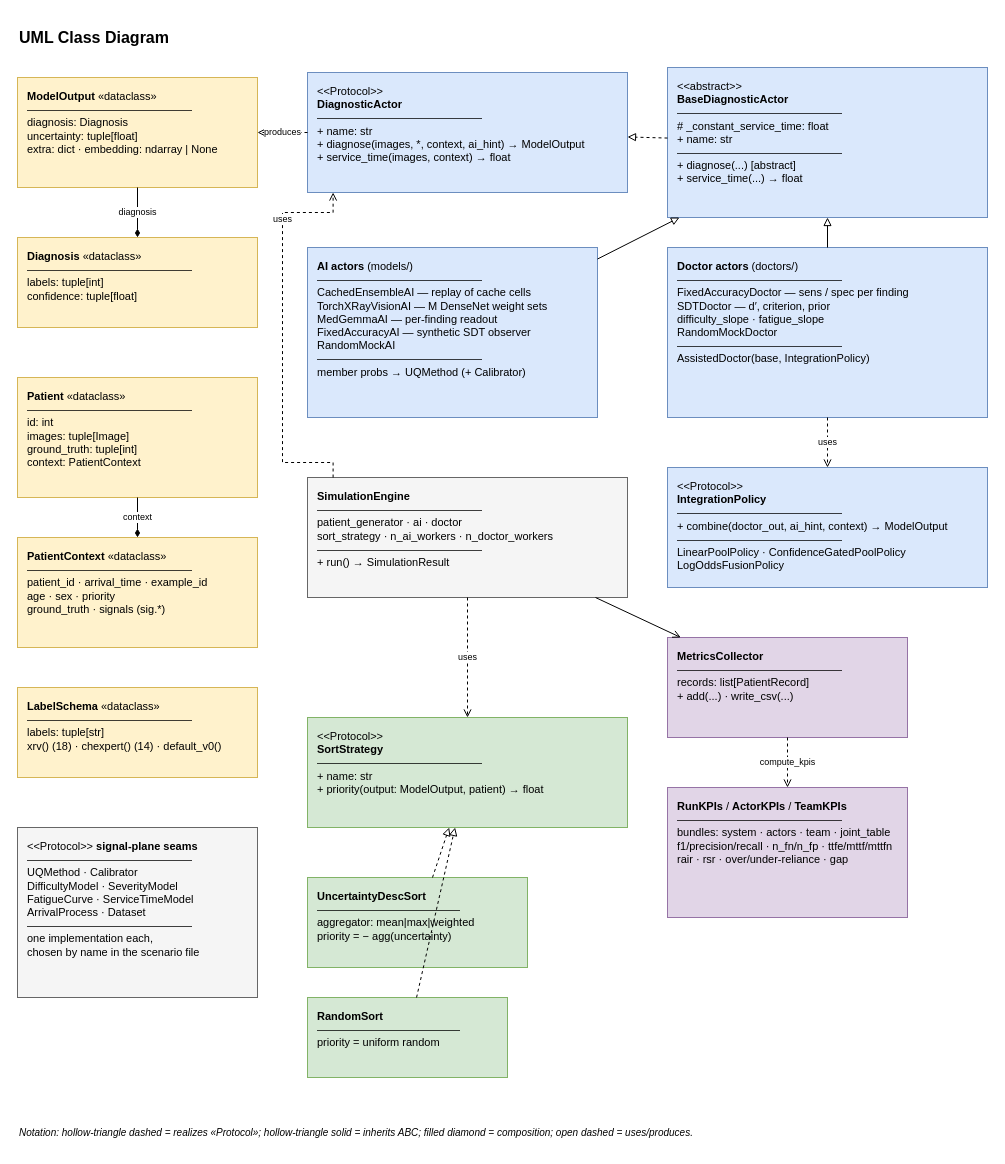
Earlier version of the draw.io diagram page "UML Class Diagram" (3 of 3) of docs/uml_diagram.drawio (DaniGreco/hai-sim). Source tidied: cells renumbered, new cells numbered last; positions are measured from the earlier drawing's top-left corner, leaving out a move shared by most shapes. Both pictures are drawn from the tidied source at 100%, with x=0, y=0 at pixel (17, 17).
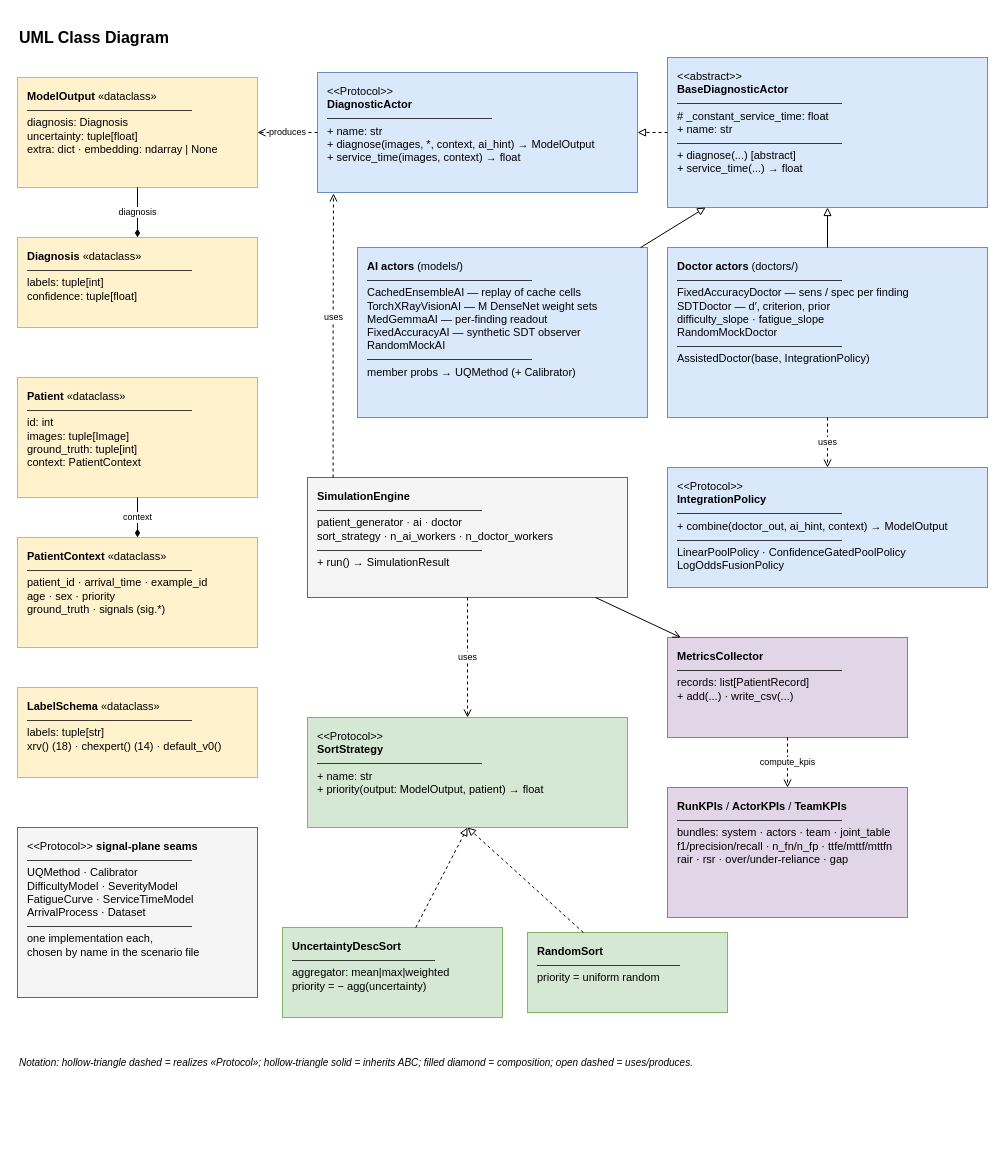
The same diagram, later.

Unchanged cells that the change refers to:
```xml
<mxCell id="4" value="&amp;lt;&amp;lt;Protocol&amp;gt;&amp;gt;&lt;br&gt;&lt;b&gt;SortStrategy&lt;/b&gt;&lt;br&gt;———————————————&lt;br&gt;+ name: str&lt;br&gt;+ priority(output: ModelOutput, patient) → float" style="rounded=0;whiteSpace=wrap;html=1;fillColor=#d5e8d4;strokeColor=#82b366;align=left;verticalAlign=top;spacingLeft=8;spacingTop=6;fontSize=11;" parent="1" vertex="1">
  <mxGeometry x="290" y="700" width="320" height="110" as="geometry" />
</mxCell>
<mxCell id="15" value="&lt;b&gt;SimulationEngine&lt;/b&gt;&#10;———————————————&#10;patient_generator · ai · doctor&#10;sort_strategy · n_ai_workers · n_doctor_workers&#10;———————————————&#10;+ run() → SimulationResult" style="rounded=0;whiteSpace=wrap;html=1;fillColor=#f5f5f5;strokeColor=#666666;align=left;verticalAlign=top;spacingLeft=8;spacingTop=6;fontSize=11;" parent="1" vertex="1">
  <mxGeometry x="290" y="460" width="320" height="120" as="geometry" />
</mxCell>
```

Diff of the diagram source:
```diff
@@
     <mxCell id="3" value="&amp;lt;&amp;lt;Protocol&amp;gt;&amp;gt;&lt;br&gt;&lt;b&gt;DiagnosticActor&lt;/b&gt;&lt;br&gt;———————————————&lt;br&gt;+ name: str&lt;br&gt;+ diagnose(images, *, context, ai_hint) → ModelOutput&lt;br&gt;+ service_time(images, context) → float" style="rounded=0;whiteSpace=wrap;html=1;fillColor=#dae8fc;strokeColor=#6c8ebf;align=left;verticalAlign=top;spacingLeft=8;spacingTop=6;fontSize=11;" parent="1" vertex="1">
-      <mxGeometry x="290" y="55" width="320" height="120" as="geometry" />
+      <mxGeometry x="300" y="55" width="320" height="120" as="geometry" />
     </mxCell>
@@
     <mxCell id="5" value="&amp;lt;&amp;lt;abstract&amp;gt;&amp;gt;&lt;br&gt;&lt;b&gt;BaseDiagnosticActor&lt;/b&gt;&lt;br&gt;———————————————&lt;br&gt;# _constant_service_time: float&lt;br&gt;+ name: str&lt;br&gt;———————————————&lt;br&gt;+ diagnose(...)  [abstract]&lt;br&gt;+ service_time(...) → float" style="rounded=0;whiteSpace=wrap;html=1;fillColor=#dae8fc;strokeColor=#6c8ebf;align=left;verticalAlign=top;spacingLeft=8;spacingTop=6;fontSize=11;" parent="1" vertex="1">
-      <mxGeometry x="650" y="50" width="320" height="150" as="geometry" />
+      <mxGeometry x="650" y="40" width="320" height="150" as="geometry" />
     </mxCell>
     <mxCell id="6" value="&lt;b&gt;AI actors&lt;/b&gt;  (models/)&lt;br&gt;———————————————&lt;br&gt;CachedEnsembleAI — replay of cache cells&lt;br&gt;TorchXRayVisionAI — M DenseNet weight sets&lt;br&gt;MedGemmaAI — per-finding readout&lt;br&gt;FixedAccuracyAI — synthetic SDT observer&lt;br&gt;RandomMockAI&lt;br&gt;———————————————&lt;br&gt;member probs → UQMethod (+ Calibrator)" style="rounded=0;whiteSpace=wrap;html=1;fillColor=#dae8fc;strokeColor=#6c8ebf;align=left;verticalAlign=top;spacingLeft=8;spacingTop=6;fontSize=11;" parent="1" vertex="1">
-      <mxGeometry x="290" y="230" width="290" height="170" as="geometry" />
+      <mxGeometry x="340" y="230" width="290" height="170" as="geometry" />
     </mxCell>
@@
     <mxCell id="8" value="&lt;b&gt;RandomSort&lt;/b&gt;&#10;—————————————&#10;priority = uniform random" style="rounded=0;whiteSpace=wrap;html=1;fillColor=#d5e8d4;strokeColor=#82b366;align=left;verticalAlign=top;spacingLeft=8;spacingTop=6;fontSize=11;" parent="1" vertex="1">
-      <mxGeometry x="290" y="980" width="200" height="80" as="geometry" />
+      <mxGeometry x="510" y="915" width="200" height="80" as="geometry" />
     </mxCell>
     <mxCell id="9" value="&lt;b&gt;UncertaintyDescSort&lt;/b&gt;&#10;—————————————&#10;aggregator: mean|max|weighted&#10;priority = − agg(uncertainty)" style="rounded=0;whiteSpace=wrap;html=1;fillColor=#d5e8d4;strokeColor=#82b366;align=left;verticalAlign=top;spacingLeft=8;spacingTop=6;fontSize=11;" parent="1" vertex="1">
-      <mxGeometry x="290" y="860" width="220" height="90" as="geometry" />
+      <mxGeometry x="265" y="910" width="220" height="90" as="geometry" />
     </mxCell>
@@
-    <mxCell id="21" style="endArrow=block;endFill=0;dashed=1;html=1;" parent="1" edge="1" source="8" target="4">
+    <mxCell id="21" style="endArrow=block;endFill=0;dashed=1;html=1;entryX=0.5;entryY=1;entryDx=0;entryDy=0;" parent="1" edge="1" source="8" target="4">
       <mxGeometry relative="1" as="geometry" />
     </mxCell>
-    <mxCell id="22" style="endArrow=block;endFill=0;dashed=1;html=1;" parent="1" edge="1" source="9" target="4">
+    <mxCell id="22" style="endArrow=block;endFill=0;dashed=1;html=1;entryX=0.5;entryY=1;entryDx=0;entryDy=0;" parent="1" edge="1" source="9" target="4">
       <mxGeometry relative="1" as="geometry" />
     </mxCell>
@@
-    <mxCell id="28" value="uses" style="edgeStyle=orthogonalEdgeStyle;rounded=0;endArrow=open;dashed=1;html=1;fontSize=9;exitX=0.08;exitY=0;exitDx=0;exitDy=0;entryX=0.08;entryY=1;entryDx=0;entryDy=0;" parent="1" edge="1" source="15" target="3">
-      <mxGeometry x="0.6" relative="1" as="geometry">
+    <mxCell id="28" value="uses" style="edgeStyle=orthogonalEdgeStyle;rounded=0;endArrow=open;dashed=1;html=1;fontSize=9;exitX=0.08;exitY=0;exitDx=0;exitDy=0;" parent="1" edge="1" source="15">
+      <mxGeometry x="0.13" relative="1" as="geometry">
+        <mxPoint x="316" y="176" as="targetPoint" />
         <Array as="points">
-          <mxPoint x="265" y="445" />
-          <mxPoint x="265" y="195" />
+          <mxPoint x="316" y="320" />
+          <mxPoint x="316" y="176" />
         </Array>
       </mxGeometry>
     </mxCell>
@@
     <mxCell id="30" value="Notation: hollow-triangle dashed = realizes «Protocol»; hollow-triangle solid = inherits ABC; filled diamond = composition; open dashed = uses/produces." style="text;html=1;strokeColor=none;fillColor=none;align=left;verticalAlign=middle;whiteSpace=wrap;fontSize=10;fontStyle=2;" parent="1" vertex="1">
-      <mxGeometry y="1100" width="900" height="30" as="geometry" />
+      <mxGeometry y="1030" width="900" height="30" as="geometry" />
     </mxCell>
```
